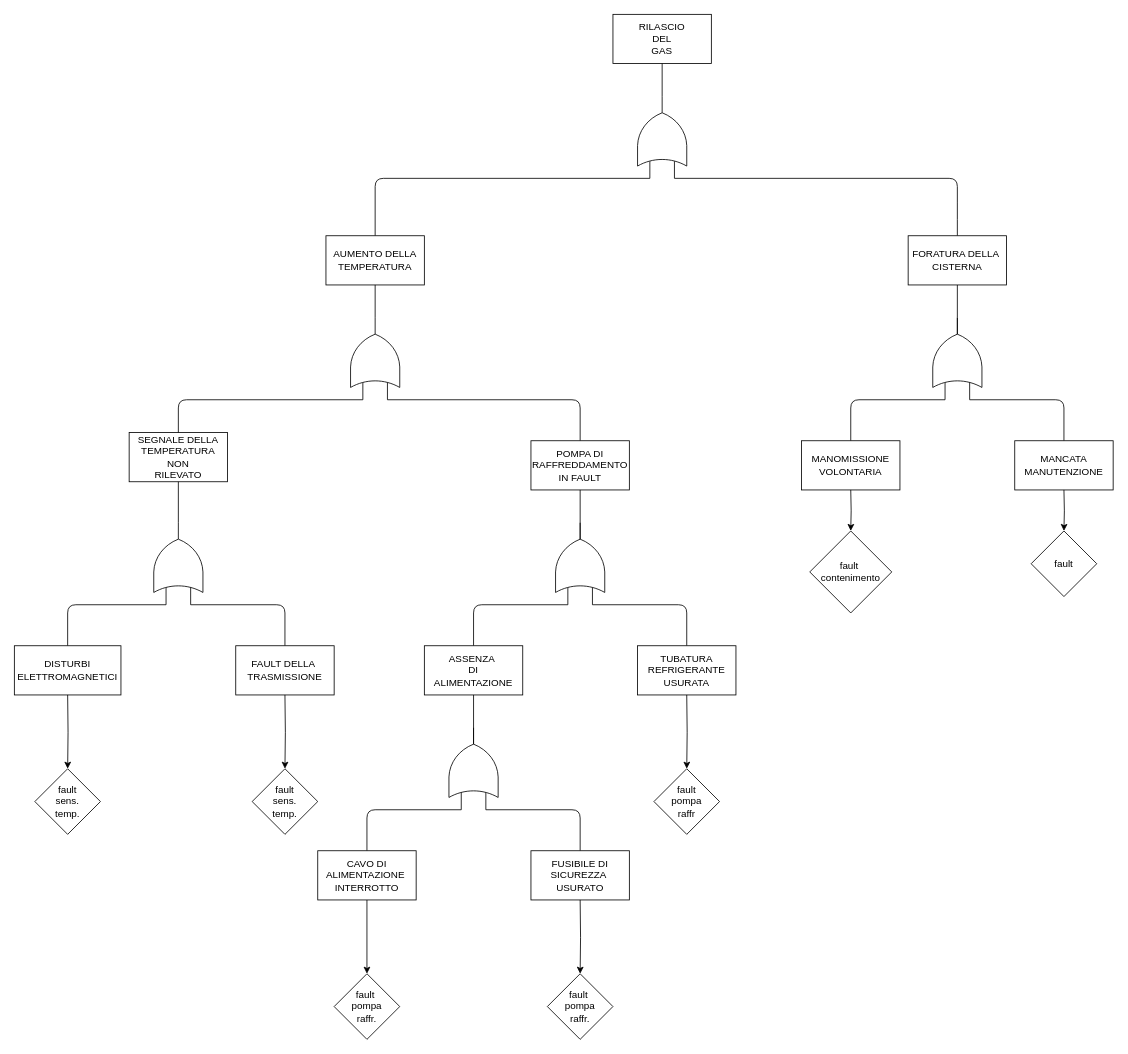
Before: Relazione/Relazione Pazzi/FTA_OK.drawio in fabriziodiblasi/Bot_IoT, a draw.io diagram. Source tidied: cells renumbered, new cells numbered last; positions are measured from the earlier drawing's top-left corner, leaving out a move shared by most shapes. Both pictures are drawn from the tidied source at 82%, with x=0, y=0 at pixel (14, 14).
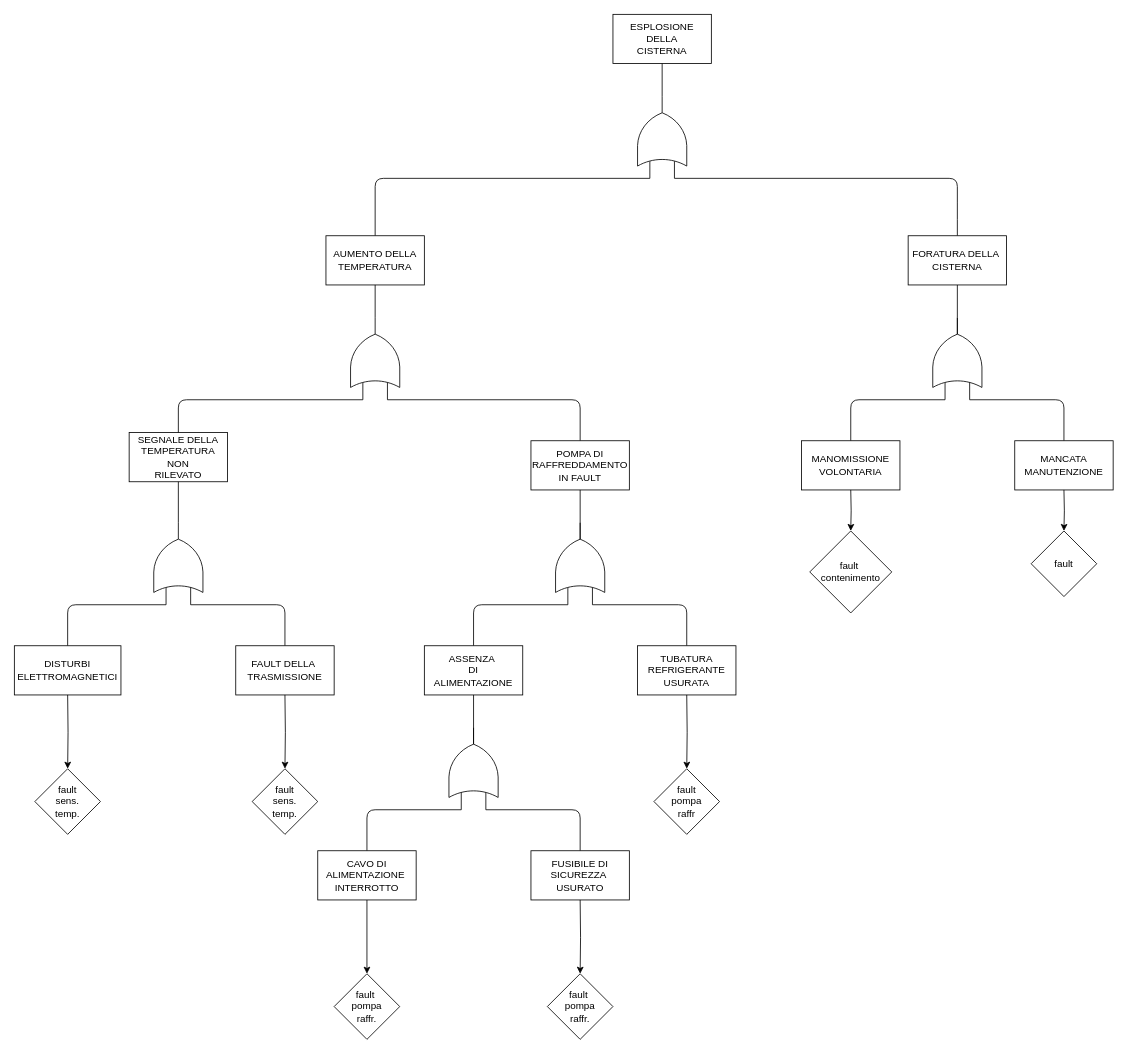
The same page after the edit.

Change to the diagram source:
```diff
@@
-    <mxCell id="2" value="RILASCIO&lt;br&gt;DEL&lt;br&gt;GAS&lt;br&gt;" style="rounded=0;whiteSpace=wrap;html=1;" parent="1" vertex="1">
+    <mxCell id="2" value="ESPLOSIONE&lt;br&gt;DELLA&lt;br&gt;CISTERNA&lt;br&gt;" style="rounded=0;whiteSpace=wrap;html=1;" parent="1" vertex="1">
       <mxGeometry x="730" width="120" height="60" as="geometry" />
     </mxCell>
```
